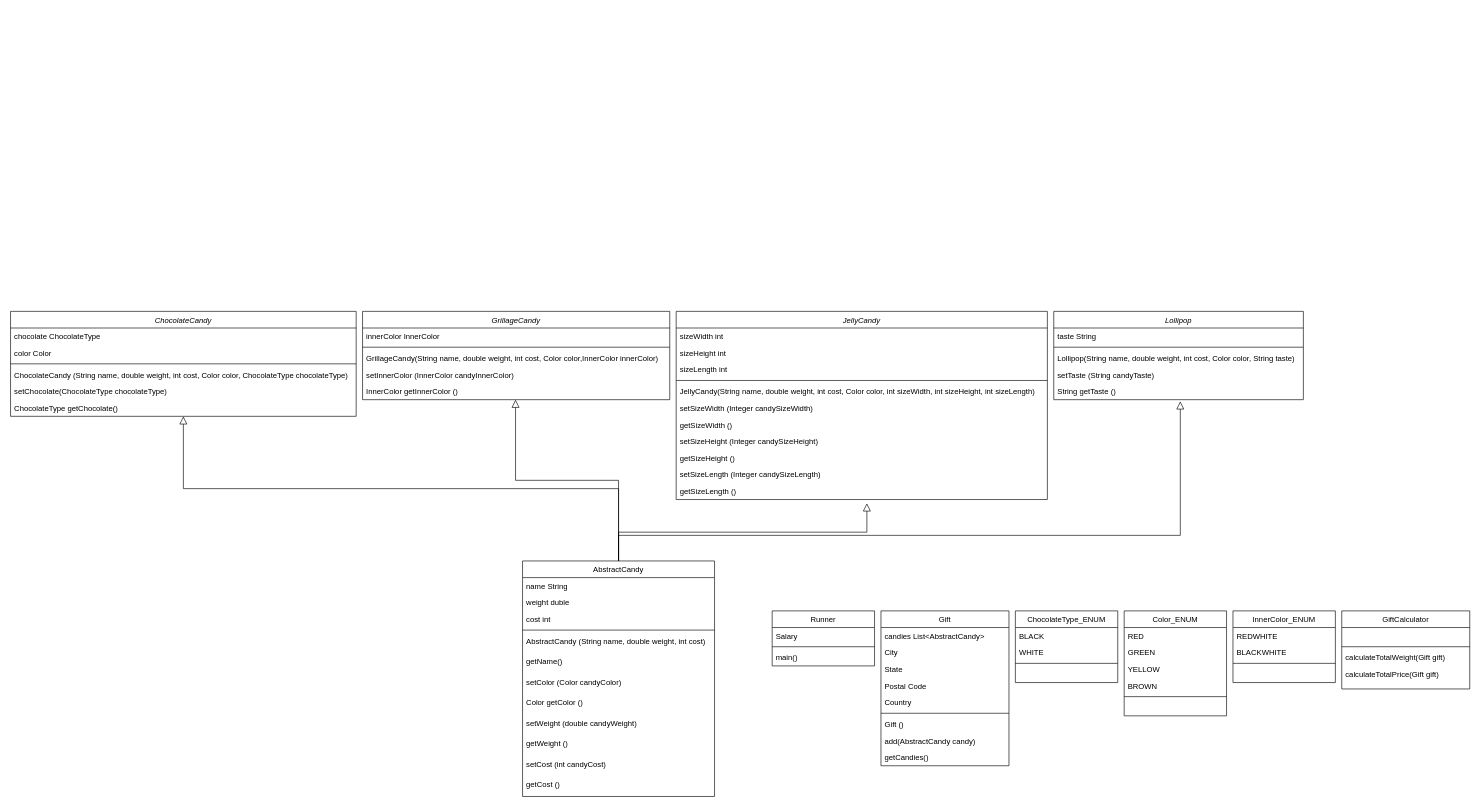
Above: Диаграмма без названия.drawio in chudin-nix/candygift (draw.io), before the change. Source tidied: cells renumbered, new cells numbered last; positions are measured from the earlier drawing's top-left corner, leaving out a move shared by most shapes. Both pictures are drawn from the tidied source at 64%, with x=0, y=0 at pixel (10, 311).
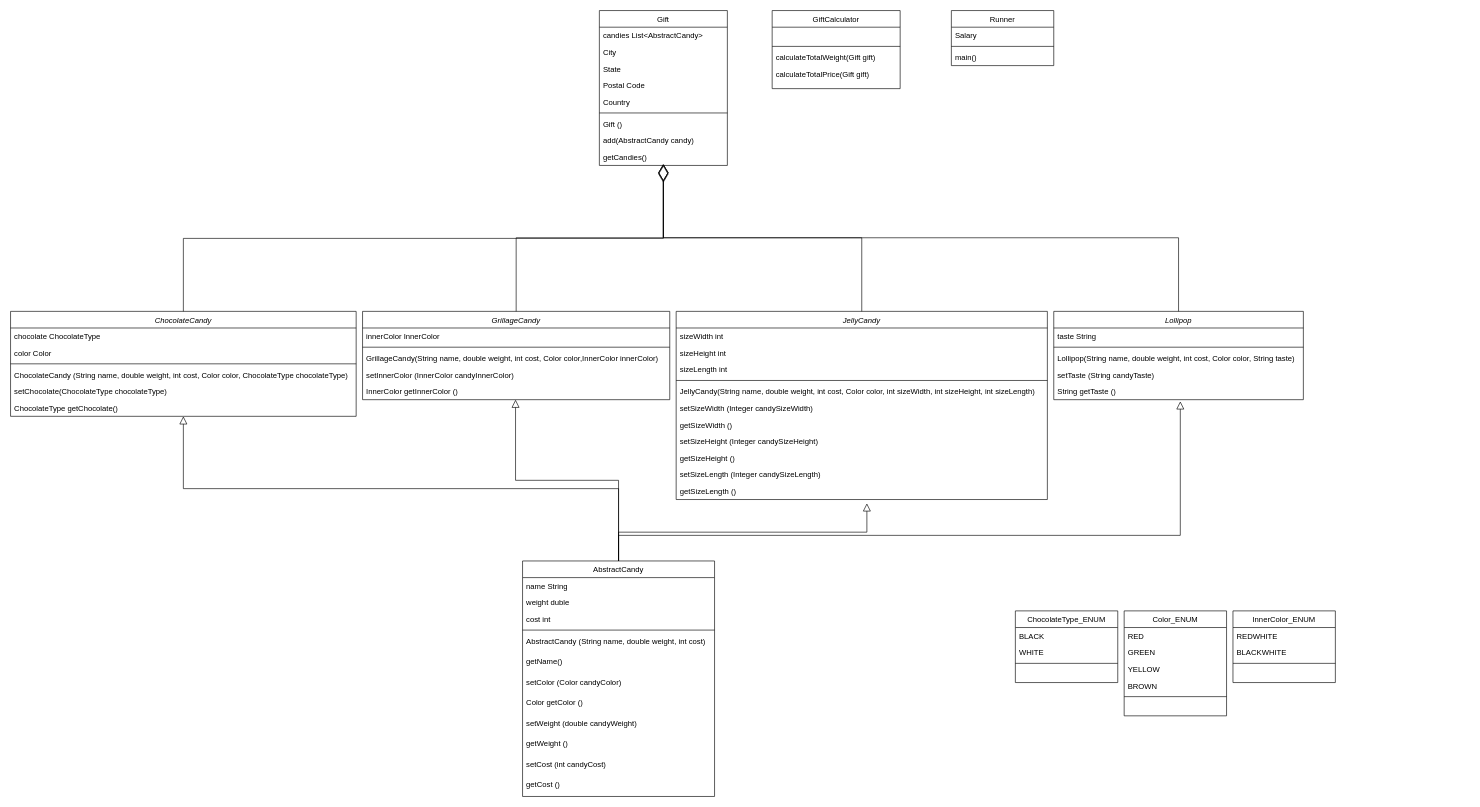
Above is the later version.

The change refers to these unchanged cells:
```xml
<mxCell id="2" value="ChocolateCandy" style="swimlane;fontStyle=2;align=center;verticalAlign=top;horizontal=1;startSize=26;rounded=0;shadow=0;strokeWidth=1;" parent="1" vertex="1">
  <mxGeometry width="540" height="164" as="geometry" />
</mxCell>
<mxCell id="9" value="AbstractCandy" style="swimlane;fontStyle=0;align=center;verticalAlign=top;horizontal=1;startSize=26;rounded=0;shadow=0;strokeWidth=1;" parent="1" vertex="1">
  <mxGeometry x="800" y="390" width="300" height="368" as="geometry" />
</mxCell>
<mxCell id="36" value="getCandies()" style="text;align=left;verticalAlign=top;spacingLeft=4;spacingRight=4;overflow=hidden;points=[[0,0.5],[1,0.5]];portConstraint=eastwest;" parent="27" vertex="1">
  <mxGeometry y="216" width="200" height="26" as="geometry" />
</mxCell>
<mxCell id="37" value="GrillageCandy" style="swimlane;fontStyle=2;align=center;verticalAlign=top;horizontal=1;startSize=26;rounded=0;shadow=0;strokeWidth=1;" parent="1" vertex="1">
  <mxGeometry x="550" width="480" height="138" as="geometry" />
</mxCell>
<mxCell id="44" value="JellyCandy" style="swimlane;fontStyle=2;align=center;verticalAlign=top;horizontal=1;startSize=26;rounded=0;shadow=0;strokeWidth=1;" parent="1" vertex="1">
  <mxGeometry x="1040" width="580" height="294" as="geometry" />
</mxCell>
<mxCell id="56" value="Lollipop" style="swimlane;fontStyle=2;align=center;verticalAlign=top;horizontal=1;startSize=26;rounded=0;shadow=0;strokeWidth=1;" parent="1" vertex="1">
  <mxGeometry x="1630" width="390" height="138" as="geometry" />
</mxCell>
<mxCell id="61" value="String getTaste ()" style="text;align=left;verticalAlign=top;spacingLeft=4;spacingRight=4;overflow=hidden;points=[[0,0.5],[1,0.5]];portConstraint=eastwest;" parent="56" vertex="1">
  <mxGeometry y="112" width="390" height="26" as="geometry" />
</mxCell>
```

What changed in the source:
```diff
@@
     <mxCell id="23" value="Runner" style="swimlane;fontStyle=0;align=center;verticalAlign=top;horizontal=1;startSize=26;rounded=0;shadow=0;strokeWidth=1;" parent="1" vertex="1">
-      <mxGeometry x="1190" y="468" width="160" height="86" as="geometry" />
+      <mxGeometry x="1470" y="-470" width="160" height="86" as="geometry" />
     </mxCell>
@@
     <mxCell id="27" value="Gift" style="swimlane;fontStyle=0;align=center;verticalAlign=top;horizontal=1;startSize=26;rounded=0;shadow=0;strokeWidth=1;" parent="1" vertex="1">
-      <mxGeometry x="1360" y="468" width="200" height="242" as="geometry" />
+      <mxGeometry x="920" y="-470" width="200" height="242" as="geometry" />
     </mxCell>
@@
     <mxCell id="63" style="endArrow=block;endSize=10;endFill=0;shadow=0;strokeWidth=1;rounded=0;edgeStyle=elbowEdgeStyle;elbow=vertical;exitX=0.5;exitY=0;exitDx=0;exitDy=0;entryX=0.507;entryY=1.1;entryDx=0;entryDy=0;entryPerimeter=0;" parent="1" edge="1" source="9" target="61">
       <mxGeometry relative="1" as="geometry">
         <Array as="points">
-          <mxPoint x="1340" y="350" />
+          <mxPoint x="1390" y="350" />
         </Array>
       </mxGeometry>
     </mxCell>
@@
     <mxCell id="81" value="GiftCalculator" style="swimlane;fontStyle=0;align=center;verticalAlign=top;horizontal=1;startSize=26;rounded=0;shadow=0;strokeWidth=1;" parent="1" vertex="1">
-      <mxGeometry x="2080" y="468" width="200" height="122" as="geometry" />
+      <mxGeometry x="1190" y="-470" width="200" height="122" as="geometry" />
     </mxCell>
@@
+    <mxCell id="86" style="endArrow=diamondThin;endFill=0;endSize=24;html=1;rounded=0;exitX=0.5;exitY=0;exitDx=0;exitDy=0;edgeStyle=elbowEdgeStyle;elbow=vertical;" parent="1" edge="1" source="2" target="36">
+      <mxGeometry relative="1" as="geometry" />
+    </mxCell>
+    <mxCell id="87" style="endArrow=diamondThin;endFill=0;endSize=24;html=1;rounded=0;exitX=0.5;exitY=0;exitDx=0;exitDy=0;edgeStyle=elbowEdgeStyle;elbow=vertical;" parent="1" edge="1" source="37">
+      <mxGeometry relative="1" as="geometry">
+        <mxPoint x="1020" y="-230" as="targetPoint" />
+      </mxGeometry>
+    </mxCell>
+    <mxCell id="88" style="endArrow=diamondThin;endFill=0;endSize=24;html=1;rounded=0;exitX=0.5;exitY=0;exitDx=0;exitDy=0;edgeStyle=elbowEdgeStyle;elbow=vertical;" parent="1" edge="1" source="44">
+      <mxGeometry relative="1" as="geometry">
+        <mxPoint x="1020" y="-230" as="targetPoint" />
+      </mxGeometry>
+    </mxCell>
+    <mxCell id="89" style="endArrow=diamondThin;endFill=0;endSize=24;html=1;rounded=0;exitX=0.5;exitY=0;exitDx=0;exitDy=0;edgeStyle=elbowEdgeStyle;elbow=vertical;" parent="1" edge="1" source="56">
+      <mxGeometry relative="1" as="geometry">
+        <mxPoint x="1020" y="-230" as="targetPoint" />
+      </mxGeometry>
+    </mxCell>
```
